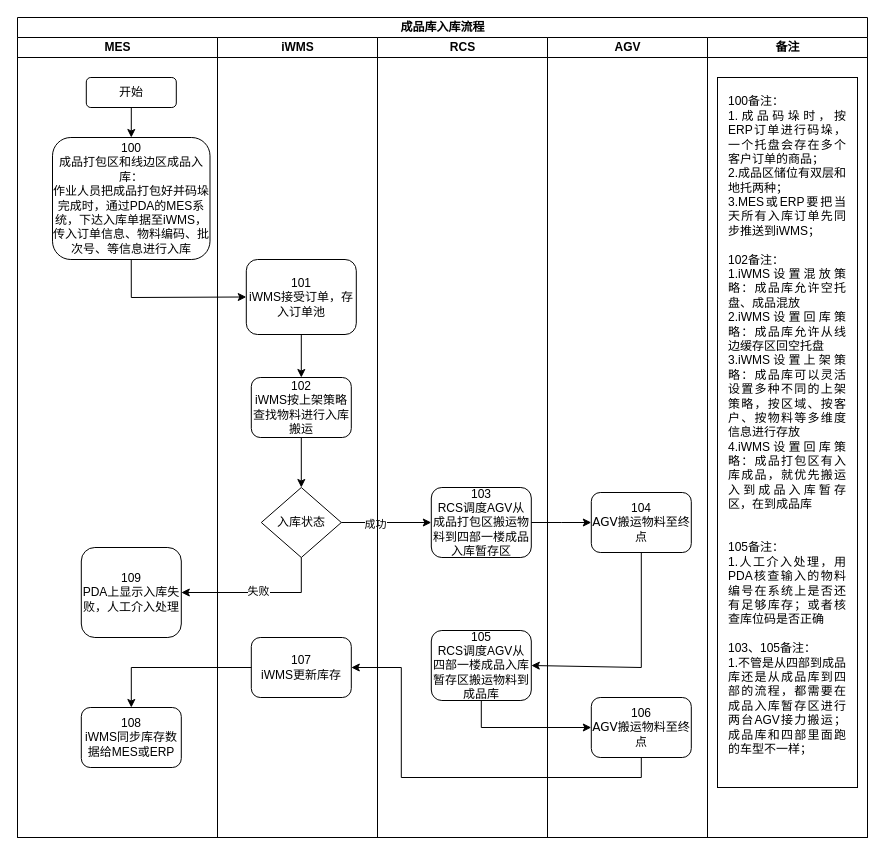
Before: page "成品库入库流程" (16 of 18) of data/伍子醉-MES系统调度业务流程图 的副本.drawio in chenyanxi/hosts, a draw.io diagram. Source tidied: cells renumbered, new cells numbered last; positions are measured from the earlier drawing's top-left corner, leaving out a move shared by most shapes. Both pictures are drawn from the tidied source at 100%, with x=0, y=0 at pixel (17, 17).
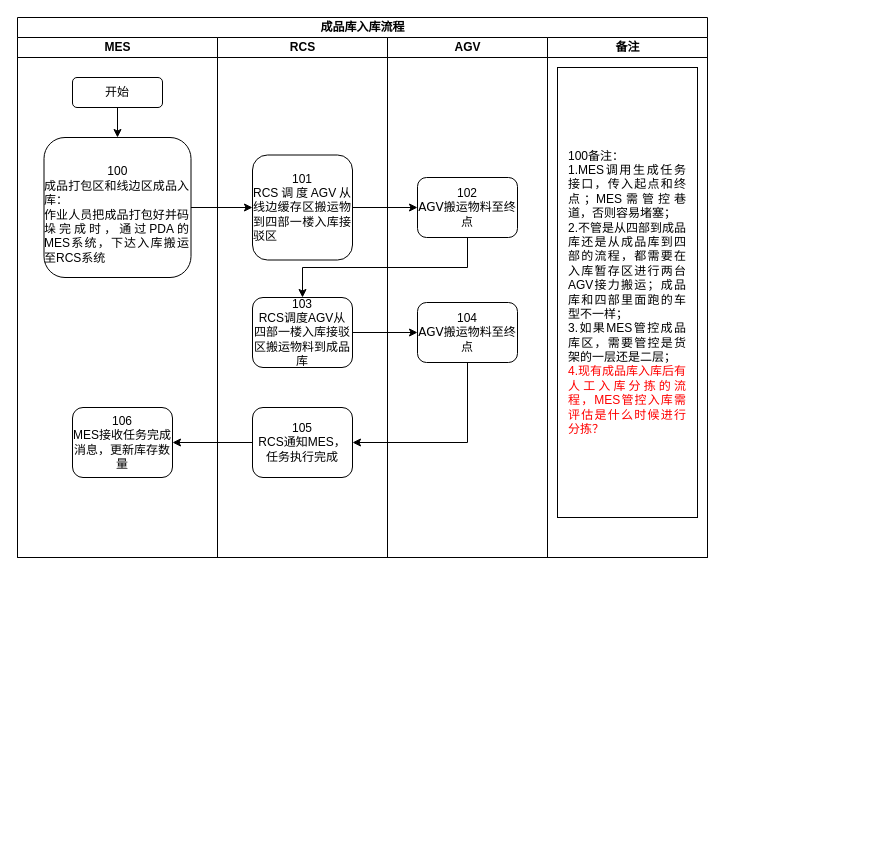
The same diagram, later.

Change to the diagram source:
```diff
@@
-    <mxCell id="2" value="&lt;font style=&quot;font-size: 12px;&quot;&gt;成品库入库流程&lt;/font&gt;" style="swimlane;html=1;startSize=20;rounded=0;shadow=0;labelBackgroundColor=none;strokeWidth=1;fontFamily=Verdana;fontSize=8;align=center;" parent="1" vertex="1">
-      <mxGeometry width="850" height="820" as="geometry" />
+    <mxCell id="2" value="&lt;span style=&quot;font-size: 12px;&quot;&gt;成品库入库流程&lt;/span&gt;" style="swimlane;html=1;startSize=20;rounded=0;shadow=0;labelBackgroundColor=none;strokeWidth=1;fontFamily=Verdana;fontSize=8;align=center;" parent="1" vertex="1">
+      <mxGeometry width="690" height="540" as="geometry" />
     </mxCell>
     <mxCell id="3" value="MES" style="swimlane;html=1;startSize=20;" parent="2" vertex="1">
-      <mxGeometry y="20" width="200" height="800" as="geometry" />
+      <mxGeometry y="20" width="200" height="520" as="geometry" />
     </mxCell>
     <mxCell id="4" value="&lt;font style=&quot;font-size: 12px;&quot;&gt;开始&lt;/font&gt;" style="rounded=1;whiteSpace=wrap;html=1;shadow=0;labelBackgroundColor=none;strokeWidth=1;fontFamily=Verdana;fontSize=8;align=center;" parent="3" vertex="1">
-      <mxGeometry x="68.8" y="40" width="90" height="30" as="geometry" />
+      <mxGeometry x="55" y="40" width="90" height="30" as="geometry" />
     </mxCell>
-    <mxCell id="5" value="&lt;font style=&quot;font-size: 12px;&quot; face=&quot;Helvetica&quot;&gt;100&lt;br&gt;&lt;/font&gt;&lt;span style=&quot;font-family: Helvetica; font-size: 12px;&quot;&gt;成品打包区和线边区&lt;/span&gt;&lt;font style=&quot;font-size: 12px;&quot; face=&quot;Helvetica&quot;&gt;成品入库：&lt;br&gt;&lt;/font&gt;&lt;div&gt;&lt;font face=&quot;Helvetica&quot;&gt;&lt;span style=&quot;font-size: 12px;&quot;&gt;作业人员把成品打包好并码垛完成时，&lt;/span&gt;&lt;/font&gt;&lt;span style=&quot;font-family: Helvetica; font-size: 12px; background-color: initial;&quot;&gt;通过PDA的MES系统，下达入库单据至iWMS，传入订单信息、物料编码、批次号、等信息进行入库&lt;/span&gt;&lt;/div&gt;" style="rounded=1;whiteSpace=wrap;html=1;shadow=0;labelBackgroundColor=none;strokeWidth=1;fontFamily=Verdana;fontSize=8;align=center;" parent="3" vertex="1">
-      <mxGeometry x="35" y="100" width="157.5" height="122" as="geometry" />
-    </mxCell>
-    <mxCell id="6" value="&lt;div&gt;&lt;font face=&quot;Helvetica&quot; style=&quot;font-size: 12px;&quot;&gt;109&lt;/font&gt;&lt;/div&gt;&lt;font face=&quot;Helvetica&quot;&gt;&lt;span style=&quot;font-size: 12px;&quot;&gt;PDA上显示入库失败，人工介入处理&lt;/span&gt;&lt;/font&gt;" style="rounded=1;whiteSpace=wrap;html=1;shadow=0;labelBackgroundColor=none;strokeWidth=1;fontFamily=Verdana;fontSize=8;align=center;" parent="3" vertex="1">
-      <mxGeometry x="63.8" y="510" width="100" height="90" as="geometry" />
-    </mxCell>
-    <mxCell id="7" value="&lt;font style=&quot;font-size: 12px;&quot; face=&quot;Helvetica&quot;&gt;108&lt;/font&gt;&lt;div&gt;&lt;font style=&quot;font-size: 12px;&quot; face=&quot;Helvetica&quot;&gt;iWMS同步库存数据给MES或ERP&lt;/font&gt;&lt;/div&gt;" style="rounded=1;whiteSpace=wrap;html=1;shadow=0;labelBackgroundColor=none;strokeWidth=1;fontFamily=Verdana;fontSize=8;align=center;" parent="3" vertex="1">
-      <mxGeometry x="63.8" y="670" width="100" height="60" as="geometry" />
-    </mxCell>
-    <mxCell id="8" value="&lt;font style=&quot;font-size: 12px;&quot; face=&quot;Helvetica&quot;&gt;101&lt;/font&gt;&lt;div&gt;&lt;font style=&quot;font-size: 12px;&quot; face=&quot;Helvetica&quot;&gt;iWMS接受订单，存入订单池&lt;/font&gt;&lt;/div&gt;" style="rounded=1;whiteSpace=wrap;html=1;shadow=0;labelBackgroundColor=none;strokeWidth=1;fontFamily=Verdana;fontSize=8;align=center;" parent="3" vertex="1">
-      <mxGeometry x="228.8" y="222" width="110" height="75" as="geometry" />
-    </mxCell>
-    <mxCell id="9" value="&lt;font style=&quot;font-size: 12px;&quot; face=&quot;Helvetica&quot;&gt;102&lt;/font&gt;&lt;div&gt;&lt;font style=&quot;font-size: 12px;&quot; face=&quot;Helvetica&quot;&gt;iWMS按上架策略查找物料进行入库搬运&lt;/font&gt;&lt;/div&gt;" style="rounded=1;whiteSpace=wrap;html=1;shadow=0;labelBackgroundColor=none;strokeWidth=1;fontFamily=Verdana;fontSize=8;align=center;" parent="3" vertex="1">
-      <mxGeometry x="233.8" y="340" width="100" height="60" as="geometry" />
-    </mxCell>
-    <mxCell id="10" style="endArrow=classic;html=1;rounded=0;exitX=0.5;exitY=1;exitDx=0;exitDy=0;" parent="3" edge="1" source="8" target="9">
-      <mxGeometry relative="1" as="geometry" />
-    </mxCell>
-    <mxCell id="11" value="&lt;font face=&quot;Helvetica&quot;&gt;&lt;span style=&quot;font-size: 12px;&quot;&gt;入库状态&lt;/span&gt;&lt;/font&gt;" style="rhombus;whiteSpace=wrap;html=1;rounded=0;shadow=0;labelBackgroundColor=none;strokeWidth=1;fontFamily=Verdana;fontSize=8;align=center;" parent="3" vertex="1">
-      <mxGeometry x="243.8" y="450" width="80" height="70" as="geometry" />
-    </mxCell>
-    <mxCell id="12" style="endArrow=classic;html=1;rounded=0;exitX=0.5;exitY=1;exitDx=0;exitDy=0;entryX=0.5;entryY=0;entryDx=0;entryDy=0;" parent="3" edge="1" source="9" target="11">
-      <mxGeometry relative="1" as="geometry" />
-    </mxCell>
-    <mxCell id="13" value="&lt;div&gt;&lt;font style=&quot;font-size: 12px;&quot; face=&quot;Helvetica&quot;&gt;107&lt;/font&gt;&lt;/div&gt;&lt;div&gt;&lt;font style=&quot;font-size: 12px;&quot; face=&quot;Helvetica&quot;&gt;iWMS更新库存&lt;/font&gt;&lt;/div&gt;" style="rounded=1;whiteSpace=wrap;html=1;shadow=0;labelBackgroundColor=none;strokeWidth=1;fontFamily=Verdana;fontSize=8;align=center;" parent="3" vertex="1">
-      <mxGeometry x="233.8" y="600" width="100" height="60" as="geometry" />
-    </mxCell>
-    <mxCell id="14" value="&lt;font style=&quot;font-size: 12px;&quot; face=&quot;Helvetica&quot;&gt;103&lt;/font&gt;&lt;div&gt;&lt;font style=&quot;font-size: 12px;&quot; face=&quot;Helvetica&quot;&gt;RCS调度AGV从&lt;/font&gt;&lt;span style=&quot;font-family: Helvetica; font-size: 12px;&quot;&gt;成品打包区&lt;/span&gt;&lt;font style=&quot;font-size: 12px;&quot; face=&quot;Helvetica&quot;&gt;搬运物料到四部一楼成品入库暂存区&lt;/font&gt;&lt;/div&gt;" style="rounded=1;whiteSpace=wrap;html=1;shadow=0;labelBackgroundColor=none;strokeWidth=1;fontFamily=Verdana;fontSize=8;align=center;" parent="3" vertex="1">
-      <mxGeometry x="413.8" y="450" width="100" height="70" as="geometry" />
-    </mxCell>
-    <mxCell id="15" value="&lt;font style=&quot;font-size: 12px;&quot; face=&quot;Helvetica&quot;&gt;105&lt;/font&gt;&lt;div&gt;&lt;font style=&quot;font-size: 12px;&quot; face=&quot;Helvetica&quot;&gt;RCS调度AGV从四部一楼成品入库暂存区搬运物料到成品库&lt;/font&gt;&lt;/div&gt;" style="rounded=1;whiteSpace=wrap;html=1;shadow=0;labelBackgroundColor=none;strokeWidth=1;fontFamily=Verdana;fontSize=8;align=center;" parent="3" vertex="1">
-      <mxGeometry x="413.8" y="593" width="100" height="70" as="geometry" />
-    </mxCell>
+    <mxCell id="34" style="endArrow=classic;html=1;rounded=0;exitX=0.5;exitY=1;exitDx=0;exitDy=0;entryX=0.5;entryY=0;entryDx=0;entryDy=0;" parent="3" edge="1" source="4">
+      <mxGeometry relative="1" as="geometry">
+        <mxPoint x="100" y="100" as="targetPoint" />
+      </mxGeometry>
+    </mxCell>
+    <mxCell id="35" value="&lt;div style=&quot;&quot;&gt;&lt;div style=&quot;text-align: justify;&quot;&gt;&lt;span style=&quot;font-size: 12px; font-family: Helvetica; background-color: initial;&quot;&gt;&amp;nbsp; &amp;nbsp; &amp;nbsp; &amp;nbsp; &amp;nbsp; &amp;nbsp; &amp;nbsp; &amp;nbsp; &amp;nbsp;&amp;nbsp;&lt;/span&gt;&lt;/div&gt;&lt;font style=&quot;font-size: 12px;&quot; face=&quot;Helvetica&quot;&gt;&lt;div style=&quot;text-align: justify;&quot;&gt;&lt;div style=&quot;text-align: justify;&quot;&gt;&lt;span style=&quot;text-align: center; background-color: initial;&quot;&gt;&amp;nbsp; &amp;nbsp; &amp;nbsp; &amp;nbsp; &amp;nbsp; &amp;nbsp; &amp;nbsp; &amp;nbsp; &amp;nbsp; &amp;nbsp;100&lt;/span&gt;&lt;/div&gt;&lt;span style=&quot;text-align: center;&quot;&gt;&lt;div style=&quot;text-align: justify;&quot;&gt;&lt;span style=&quot;background-color: initial;&quot;&gt;成品打包区和线边区&lt;/span&gt;&lt;font style=&quot;background-color: initial;&quot; face=&quot;Helvetica&quot;&gt;成品入库：&lt;/font&gt;&lt;/div&gt;&lt;/span&gt;&lt;div style=&quot;text-align: justify; font-family: Verdana; font-size: 8px;&quot;&gt;&lt;font face=&quot;Helvetica&quot;&gt;&lt;span style=&quot;font-size: 12px;&quot;&gt;作业人员把成品打包好并码垛完成时，&lt;/span&gt;&lt;/font&gt;&lt;span style=&quot;font-family: Helvetica; font-size: 12px; background-color: initial;&quot;&gt;通过PDA的MES系统，下达入库搬运至RCS系统&lt;/span&gt;&lt;/div&gt;&lt;/div&gt;&lt;/font&gt;&lt;/div&gt;" style="rounded=1;whiteSpace=wrap;html=1;shadow=0;labelBackgroundColor=none;strokeWidth=1;fontFamily=Verdana;fontSize=8;align=right;" parent="3" vertex="1">
+      <mxGeometry x="26.5" y="100" width="147" height="140" as="geometry" />
+    </mxCell>
+    <mxCell id="36" value="&lt;font style=&quot;font-size: 12px;&quot; face=&quot;Helvetica&quot;&gt;106&lt;/font&gt;&lt;div&gt;&lt;span style=&quot;font-family: Helvetica; font-size: 12px;&quot;&gt;MES接收任务完成消息，更新库存数量&lt;/span&gt;&lt;/div&gt;" style="rounded=1;whiteSpace=wrap;html=1;shadow=0;labelBackgroundColor=none;strokeWidth=1;fontFamily=Verdana;fontSize=8;align=center;" parent="3" vertex="1">
+      <mxGeometry x="55" y="370" width="100" height="70" as="geometry" />
+    </mxCell>
+    <mxCell id="30" value="RCS" style="swimlane;html=1;startSize=20;" parent="2" vertex="1">
+      <mxGeometry x="200" y="20" width="170" height="520" as="geometry" />
+    </mxCell>
+    <mxCell id="37" value="&lt;font style=&quot;font-size: 12px;&quot; face=&quot;Helvetica&quot;&gt;101&lt;/font&gt;&lt;div style=&quot;text-align: justify;&quot;&gt;&lt;font style=&quot;font-size: 12px;&quot; face=&quot;Helvetica&quot;&gt;RCS调度AGV从线边缓存区&lt;/font&gt;&lt;font style=&quot;font-size: 12px;&quot; face=&quot;Helvetica&quot;&gt;搬运物到四部一楼入库接驳区&lt;/font&gt;&lt;/div&gt;" style="rounded=1;whiteSpace=wrap;html=1;shadow=0;labelBackgroundColor=none;strokeWidth=1;fontFamily=Verdana;fontSize=8;align=center;" parent="30" vertex="1">
+      <mxGeometry x="35" y="117.5" width="100" height="105" as="geometry" />
+    </mxCell>
+    <mxCell id="38" value="&lt;font style=&quot;font-size: 12px;&quot; face=&quot;Helvetica&quot;&gt;105&lt;/font&gt;&lt;div&gt;&lt;font style=&quot;font-size: 12px;&quot; face=&quot;Helvetica&quot;&gt;RCS通知MES，任务执行完成&lt;/font&gt;&lt;/div&gt;" style="rounded=1;whiteSpace=wrap;html=1;shadow=0;labelBackgroundColor=none;strokeWidth=1;fontFamily=Verdana;fontSize=8;align=center;" parent="30" vertex="1">
+      <mxGeometry x="35" y="370" width="100" height="70" as="geometry" />
+    </mxCell>
+    <mxCell id="39" value="&lt;font style=&quot;font-size: 12px;&quot; face=&quot;Helvetica&quot;&gt;103&lt;/font&gt;&lt;div&gt;&lt;font style=&quot;font-size: 12px;&quot; face=&quot;Helvetica&quot;&gt;RCS调度AGV从四部一楼入库接驳区搬运物料到成品库&lt;/font&gt;&lt;/div&gt;" style="rounded=1;whiteSpace=wrap;html=1;shadow=0;labelBackgroundColor=none;strokeWidth=1;fontFamily=Verdana;fontSize=8;align=center;" parent="30" vertex="1">
+      <mxGeometry x="35" y="260" width="100" height="70" as="geometry" />
+    </mxCell>
+    <mxCell id="31" value="AGV" style="swimlane;html=1;startSize=20;" parent="2" vertex="1">
+      <mxGeometry x="370" y="20" width="160" height="520" as="geometry" />
+    </mxCell>
+    <mxCell id="40" value="&lt;font style=&quot;font-size: 12px;&quot; face=&quot;Helvetica&quot;&gt;102&lt;/font&gt;&lt;div&gt;&lt;font style=&quot;font-size: 12px;&quot;&gt;AGV搬运物料至终点&lt;/font&gt;&lt;/div&gt;" style="rounded=1;whiteSpace=wrap;html=1;shadow=0;labelBackgroundColor=none;strokeWidth=1;fontFamily=Verdana;fontSize=8;align=center;" parent="31" vertex="1">
+      <mxGeometry x="30" y="140" width="100" height="60" as="geometry" />
+    </mxCell>
-    <mxCell id="16" value="&lt;font style=&quot;font-size: 12px;&quot; face=&quot;Helvetica&quot;&gt;104&lt;/font&gt;&lt;div&gt;&lt;font style=&quot;font-size: 12px;&quot;&gt;AGV搬运物料至终点&lt;/font&gt;&lt;/div&gt;" style="rounded=1;whiteSpace=wrap;html=1;shadow=0;labelBackgroundColor=none;strokeWidth=1;fontFamily=Verdana;fontSize=8;align=center;" parent="3" vertex="1">
-      <mxGeometry x="573.8" y="455" width="100" height="60" as="geometry" />
+    <mxCell id="16" value="&lt;font style=&quot;font-size: 12px;&quot; face=&quot;Helvetica&quot;&gt;104&lt;/font&gt;&lt;div&gt;&lt;font style=&quot;font-size: 12px;&quot;&gt;AGV搬运物料至终点&lt;/font&gt;&lt;/div&gt;" style="rounded=1;whiteSpace=wrap;html=1;shadow=0;labelBackgroundColor=none;strokeWidth=1;fontFamily=Verdana;fontSize=8;align=center;" parent="31" vertex="1">
+      <mxGeometry x="30" y="265" width="100" height="60" as="geometry" />
     </mxCell>
-    <mxCell id="17" value="&lt;font style=&quot;font-size: 12px;&quot; face=&quot;Helvetica&quot;&gt;106&lt;/font&gt;&lt;div&gt;&lt;font style=&quot;font-size: 12px;&quot;&gt;AGV搬运物料至终点&lt;/font&gt;&lt;/div&gt;" style="rounded=1;whiteSpace=wrap;html=1;shadow=0;labelBackgroundColor=none;strokeWidth=1;fontFamily=Verdana;fontSize=8;align=center;" parent="3" vertex="1">
-      <mxGeometry x="573.8" y="660" width="100" height="60" as="geometry" />
-    </mxCell>
-    <mxCell id="18" style="endArrow=classic;html=1;rounded=0;exitX=0.5;exitY=1;exitDx=0;exitDy=0;entryX=0;entryY=0.5;entryDx=0;entryDy=0;" parent="3" edge="1" source="5" target="8">
-      <mxGeometry relative="1" as="geometry">
-        <Array as="points">
-          <mxPoint x="113.8" y="260" />
-        </Array>
-      </mxGeometry>
-    </mxCell>
-    <mxCell id="19" style="endArrow=classic;html=1;rounded=0;exitX=1;exitY=0.5;exitDx=0;exitDy=0;" parent="3" edge="1" source="11" target="14">
-      <mxGeometry relative="1" as="geometry" />
-    </mxCell>
-    <mxCell id="20" value="成功" style="edgeLabel;html=1;align=center;verticalAlign=middle;" parent="19" vertex="1">
-      <mxGeometry x="-0.25" y="-1" relative="1" as="geometry" />
-    </mxCell>
-    <mxCell id="21" style="endArrow=classic;html=1;rounded=0;exitX=1;exitY=0.5;exitDx=0;exitDy=0;entryX=0;entryY=0.5;entryDx=0;entryDy=0;" parent="3" edge="1" source="14" target="16">
-      <mxGeometry relative="1" as="geometry">
-        <Array as="points">
-          <mxPoint x="543.8" y="485" />
-        </Array>
-      </mxGeometry>
-    </mxCell>
-    <mxCell id="22" style="endArrow=classic;html=1;rounded=0;exitX=0.5;exitY=1;exitDx=0;exitDy=0;entryX=1;entryY=0.5;entryDx=0;entryDy=0;" parent="3" edge="1" source="11" target="6">
-      <mxGeometry relative="1" as="geometry">
-        <Array as="points">
-          <mxPoint x="283.8" y="555" />
-        </Array>
-      </mxGeometry>
-    </mxCell>
-    <mxCell id="23" value="失败" style="edgeLabel;html=1;align=center;verticalAlign=middle;" parent="22" vertex="1">
-      <mxGeometry y="-2" relative="1" as="geometry" />
-    </mxCell>
-    <mxCell id="24" style="endArrow=classic;html=1;rounded=0;exitX=0.5;exitY=1;exitDx=0;exitDy=0;entryX=1;entryY=0.5;entryDx=0;entryDy=0;" parent="3" edge="1" source="16" target="15">
-      <mxGeometry relative="1" as="geometry">
-        <Array as="points">
-          <mxPoint x="623.8" y="630" />
-        </Array>
-      </mxGeometry>
-    </mxCell>
-    <mxCell id="25" style="endArrow=classic;html=1;rounded=0;exitX=0.5;exitY=1;exitDx=0;exitDy=0;entryX=0;entryY=0.5;entryDx=0;entryDy=0;" parent="3" edge="1" source="15" target="17">
-      <mxGeometry relative="1" as="geometry">
-        <Array as="points">
-          <mxPoint x="463.8" y="690" />
-        </Array>
-      </mxGeometry>
-    </mxCell>
-    <mxCell id="26" style="endArrow=classic;html=1;rounded=0;exitX=0.5;exitY=1;exitDx=0;exitDy=0;entryX=1;entryY=0.5;entryDx=0;entryDy=0;" parent="3" edge="1" source="17" target="13">
-      <mxGeometry relative="1" as="geometry">
-        <Array as="points">
-          <mxPoint x="623.8" y="740" />
-          <mxPoint x="383.8" y="740" />
-          <mxPoint x="383.8" y="630" />
-        </Array>
-      </mxGeometry>
-    </mxCell>
-    <mxCell id="27" style="endArrow=classic;html=1;rounded=0;exitX=0;exitY=0.5;exitDx=0;exitDy=0;entryX=0.5;entryY=0;entryDx=0;entryDy=0;" parent="3" edge="1" source="13" target="7">
-      <mxGeometry relative="1" as="geometry">
-        <Array as="points">
-          <mxPoint x="113.8" y="630" />
-        </Array>
-      </mxGeometry>
-    </mxCell>
-    <mxCell id="28" style="endArrow=classic;html=1;rounded=0;exitX=0.5;exitY=1;exitDx=0;exitDy=0;" parent="3" edge="1" source="4" target="5">
-      <mxGeometry relative="1" as="geometry" />
-    </mxCell>
-    <mxCell id="29" value="iWMS" style="swimlane;html=1;startSize=20;" parent="2" vertex="1">
-      <mxGeometry x="200" y="20" width="160" height="800" as="geometry" />
-    </mxCell>
-    <mxCell id="30" value="RCS" style="swimlane;html=1;startSize=20;" parent="2" vertex="1">
-      <mxGeometry x="360" y="20" width="170" height="800" as="geometry" />
-    </mxCell>
-    <mxCell id="31" value="AGV" style="swimlane;html=1;startSize=20;" parent="2" vertex="1">
-      <mxGeometry x="530" y="20" width="160" height="800" as="geometry" />
-    </mxCell>
     <mxCell id="32" value="备注" style="swimlane;html=1;startSize=20;" parent="2" vertex="1">
-      <mxGeometry x="690" y="20" width="160" height="800" as="geometry" />
+      <mxGeometry x="530" y="20" width="160" height="520" as="geometry" />
     </mxCell>
-    <mxCell id="33" value="&lt;div style=&quot;text-align: justify;&quot;&gt;100备注：&lt;/div&gt;&lt;div style=&quot;text-align: justify;&quot;&gt;1.成品码垛时，按ERP订单进行码垛，一个托盘会存在多个客户订单的商品；&lt;/div&gt;&lt;div style=&quot;text-align: justify;&quot;&gt;2.成品区储位有双层和地托两种；&lt;/div&gt;&lt;div style=&quot;text-align: justify;&quot;&gt;3.MES或ERP要把当天所有入库订单先同步推送到iWMS；&lt;/div&gt;&lt;div style=&quot;text-align: justify;&quot;&gt;&lt;br&gt;&lt;/div&gt;&lt;div style=&quot;text-align: justify;&quot;&gt;102备注：&lt;/div&gt;&lt;div style=&quot;text-align: justify;&quot;&gt;&lt;span style=&quot;text-align: center;&quot;&gt;1.iWMS设置混放策略：成品库允许空托盘、成品混放&lt;/span&gt;&lt;/div&gt;&lt;div style=&quot;text-align: justify;&quot;&gt;&lt;span style=&quot;text-align: center;&quot;&gt;2.iWMS设置回库策略：&lt;/span&gt;&lt;span style=&quot;text-align: center;&quot;&gt;成品库&lt;/span&gt;&lt;span style=&quot;text-align: center;&quot;&gt;允许从线边缓存区回空托盘&lt;/span&gt;&lt;/div&gt;&lt;div style=&quot;text-align: justify;&quot;&gt;&lt;div style=&quot;text-align: justify;&quot;&gt;&lt;span style=&quot;text-align: center;&quot;&gt;3.iWMS设置上架策略：成品库可以灵活设置多种不同的上架策略，按区域、按客户、按物料等多维度信息进行存放&lt;/span&gt;&lt;/div&gt;&lt;div style=&quot;text-align: justify;&quot;&gt;&lt;span style=&quot;text-align: center;&quot;&gt;4.&lt;/span&gt;&lt;span style=&quot;background-color: initial; text-align: center;&quot;&gt;iWMS设置回库策略：&lt;/span&gt;&lt;span style=&quot;text-align: center;&quot;&gt;成品打包区&lt;/span&gt;&lt;span style=&quot;background-color: initial; text-align: center;&quot;&gt;有入库成品，就优先搬运入到成品入库暂存区，在到成品库&lt;/span&gt;&lt;/div&gt;&lt;/div&gt;&lt;div style=&quot;text-align: justify;&quot;&gt;&lt;span style=&quot;text-align: center;&quot;&gt;&lt;br&gt;&lt;/span&gt;&lt;/div&gt;&lt;div style=&quot;text-align: justify;&quot;&gt;&lt;span style=&quot;text-align: center;&quot;&gt;&lt;br&gt;&lt;/span&gt;&lt;/div&gt;&lt;div style=&quot;text-align: justify;&quot;&gt;&lt;span style=&quot;text-align: center;&quot;&gt;105备注：&lt;/span&gt;&lt;/div&gt;&lt;div style=&quot;text-align: justify;&quot;&gt;1.人工介入处理，用PDA核查输入的物料编号在系统上是否还有足够库存；或者核查库位码是否正确&lt;/div&gt;&lt;div style=&quot;text-align: justify;&quot;&gt;&lt;br&gt;&lt;/div&gt;&lt;div style=&quot;text-align: justify;&quot;&gt;103、105备注：&lt;/div&gt;&lt;div style=&quot;text-align: justify;&quot;&gt;1.不管是从四部到成品库还是从成品库到四部的流程，都需要在成品入库暂存区进行两台AGV接力搬运；成品库和四部里面跑的车型不一样；&lt;/div&gt;&lt;div style=&quot;text-align: justify;&quot;&gt;&lt;br&gt;&lt;/div&gt;" style="rounded=0;whiteSpace=wrap;html=1;spacingTop=5;spacingLeft=10;spacingBottom=5;spacingRight=10;" parent="32" vertex="1">
-      <mxGeometry x="10" y="40" width="140" height="710" as="geometry" />
-    </mxCell>
+    <mxCell id="41" value="&lt;div style=&quot;&quot;&gt;&lt;div style=&quot;text-align: justify;&quot;&gt;&lt;br&gt;&lt;/div&gt;&lt;div style=&quot;text-align: justify;&quot;&gt;&lt;br&gt;&lt;/div&gt;&lt;div style=&quot;text-align: justify;&quot;&gt;100备注：&lt;/div&gt;&lt;div style=&quot;text-align: justify;&quot;&gt;1.MES调用生成任务接口，传入起点和终点；MES需管控巷道，否则容易堵塞；&lt;/div&gt;&lt;div style=&quot;text-align: justify;&quot;&gt;&lt;span style=&quot;background-color: initial;&quot;&gt;2.不管是从四部到成品库还是从成品库到四部的流程，都需要在入库暂存区进行两台AGV接力搬运；成品库和四部里面跑的车型不一样；&lt;/span&gt;&lt;/div&gt;&lt;div style=&quot;text-align: justify;&quot;&gt;3.如果MES管控成品库区，需要管控是货架的一层还是二层；&lt;/div&gt;&lt;div style=&quot;text-align: justify;&quot;&gt;&lt;font color=&quot;#ff0000&quot;&gt;4.现有成品库入库后有人工入库分拣的流程，MES管控入库需评估是什么时候进行分拣？&lt;/font&gt;&lt;/div&gt;&lt;div style=&quot;text-align: justify;&quot;&gt;&lt;br&gt;&lt;/div&gt;&lt;div style=&quot;text-align: justify;&quot;&gt;&lt;br&gt;&lt;/div&gt;&lt;/div&gt;" style="rounded=0;whiteSpace=wrap;html=1;spacingTop=5;spacingLeft=10;spacingBottom=5;spacingRight=10;" parent="32" vertex="1">
+      <mxGeometry x="10" y="30" width="140" height="450" as="geometry" />
+    </mxCell>
+    <mxCell id="42" style="endArrow=classic;html=1;rounded=0;exitX=1;exitY=0.5;exitDx=0;exitDy=0;entryX=0;entryY=0.5;entryDx=0;entryDy=0;" parent="2" edge="1" source="35" target="37">
+      <mxGeometry relative="1" as="geometry" />
+    </mxCell>
+    <mxCell id="43" style="endArrow=classic;html=1;rounded=0;exitX=1;exitY=0.5;exitDx=0;exitDy=0;entryX=0;entryY=0.5;entryDx=0;entryDy=0;" parent="2" edge="1" source="37" target="40">
+      <mxGeometry relative="1" as="geometry" />
+    </mxCell>
+    <mxCell id="44" style="endArrow=classic;html=1;rounded=0;exitX=0;exitY=0.5;exitDx=0;exitDy=0;entryX=1;entryY=0.5;entryDx=0;entryDy=0;" parent="2" edge="1" source="38" target="36">
+      <mxGeometry relative="1" as="geometry" />
+    </mxCell>
+    <mxCell id="45" style="endArrow=classic;html=1;rounded=0;exitX=1;exitY=0.5;exitDx=0;exitDy=0;entryX=0;entryY=0.5;entryDx=0;entryDy=0;" parent="2" edge="1" source="39" target="16">
+      <mxGeometry relative="1" as="geometry" />
+    </mxCell>
+    <mxCell id="46" style="endArrow=classic;html=1;rounded=0;exitX=0.5;exitY=1;exitDx=0;exitDy=0;entryX=1;entryY=0.5;entryDx=0;entryDy=0;" parent="2" edge="1" source="16" target="38">
+      <mxGeometry relative="1" as="geometry">
+        <Array as="points">
+          <mxPoint x="450" y="425" />
+        </Array>
+      </mxGeometry>
+    </mxCell>
+    <mxCell id="47" style="endArrow=classic;html=1;rounded=0;exitX=0.5;exitY=1;exitDx=0;exitDy=0;entryX=0.5;entryY=0;entryDx=0;entryDy=0;" parent="2" edge="1" source="40" target="39">
+      <mxGeometry relative="1" as="geometry">
+        <Array as="points">
+          <mxPoint x="450" y="250" />
+          <mxPoint x="285" y="250" />
+        </Array>
+      </mxGeometry>
+    </mxCell>
```
